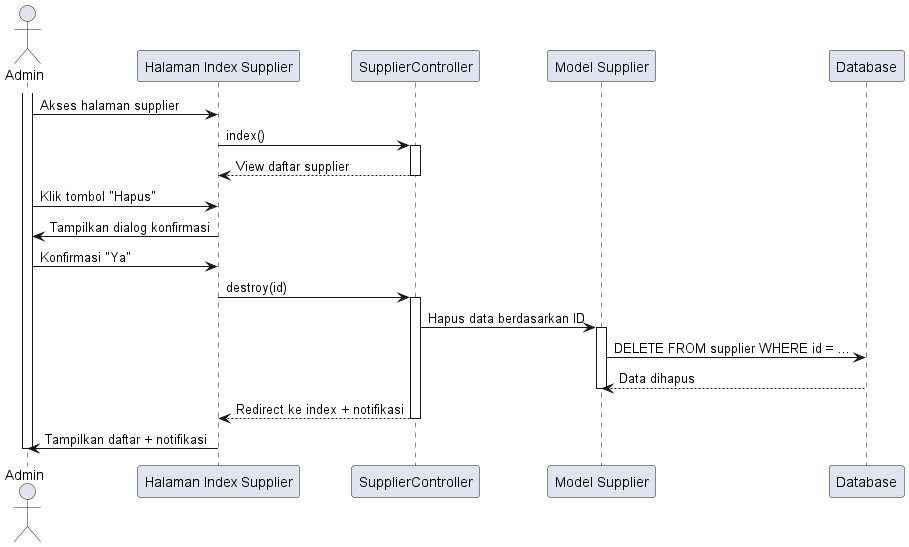
Before: out/sequence diagram/supplier/menghapus_supplier/menghapus_supplier.png, a diagram exported from PlantUML (tengahcang/UML_TA).
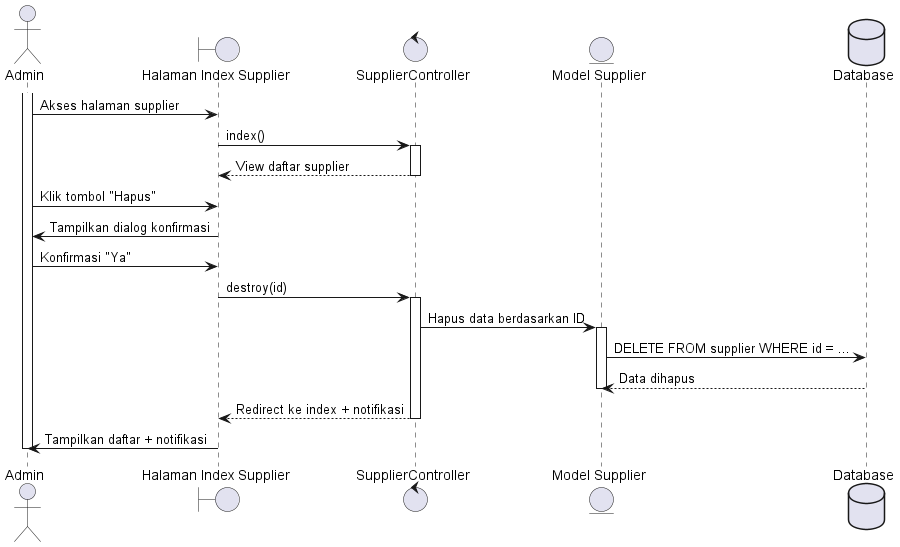
Above is the later version.

What changed in the source:
```diff
@@ -1,10 +1,10 @@
 @startuml
 actor Admin
 
-participant "Halaman Index Supplier" as SupplierIndex
-participant "SupplierController" as SupplierController
-participant "Model Supplier" as SupplierModel
-participant "Database" as DB
+boundary "Halaman Index Supplier" as SupplierIndex
+control "SupplierController" as SupplierController
+entity "Model Supplier" as SupplierModel
+database "Database" as DB
 
 activate Admin
 Admin -> SupplierIndex: Akses halaman supplier
```
